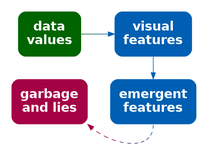
The Graphviz diagram Diagrams/data-vis-vis-lie.png in pmur002/hdvw, before a commit. Its source is kept beside it as Diagrams/data-vis-vis-lie.dot. Source of this version:
```dot
digraph {
  graph [ rankdir=LR; margin=.2; nodesep=.5 ];
  node [ fontsize=20; fontname="sans bold"; margin=.2 ];
  data [ label="data\nvalues"; shape=box; style="filled, rounded"; penwidth=0; fontcolor=white; fillcolor="#006400" ]
  lie [ label="garbage\nand lies"; shape=box; style="filled, rounded"; penwidth=0; fontcolor=white; fillcolor="#A40244" ]
  vis [ label="visual\nfeatures"; shape=box;
     style="filled, rounded"; penwidth=0; fontcolor=white; fillcolor="#005FB2" ]
  add [ label="emergent\nfeatures"; shape=box;
     style="filled, rounded"; penwidth=0; fontcolor=white; fillcolor="#005FB2" ]
  data -> vis [ color="#006400;0.1:#006314;0.1:#006328;0.1:#00623B;0.1:#00624F;0.1:#006163;0.1:#006177;0.1:#00608A;0.1:#00609E;0.1:#005FB2;0.1" ]
  vis -> add [ color="#005FB2" ]
  add:s -> lie:se [ style="dashed", color="#005FB2;0.1:#1255A6;0.1:#244A9A;0.1:#37408D;0.1:#493681;0.1:#5B2B75;0.1:#6D2169;0.1:#80175C;0.1:#920C50;0.1:#A40244;0.1" ]
{ rank=same; data, lie }
{ rank=same; vis, add }
}
```
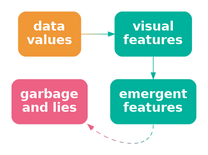
Above is the later version.

The edit, as a diff of the source:
```diff
@@ -1,15 +1,15 @@
 digraph {
   graph [ rankdir=LR; margin=.2; nodesep=.5 ];
   node [ fontsize=20; fontname="sans bold"; margin=.2 ];
-  data [ label="data\nvalues"; shape=box; style="filled, rounded"; penwidth=0; fontcolor=white; fillcolor="#006400" ]
-  lie [ label="garbage\nand lies"; shape=box; style="filled, rounded"; penwidth=0; fontcolor=white; fillcolor="#A40244" ]
+  data [ label="data\nvalues"; shape=box; style="filled, rounded"; penwidth=0; fontcolor=white; fillcolor="#F09736" ]
+  lie [ label="garbage\nand lies"; shape=box; style="filled, rounded"; penwidth=0; fontcolor=white; fillcolor="#EC6184" ]
   vis [ label="visual\nfeatures"; shape=box;
-     style="filled, rounded"; penwidth=0; fontcolor=white; fillcolor="#005FB2" ]
+     style="filled, rounded"; penwidth=0; fontcolor=white; fillcolor="#00B19B" ]
   add [ label="emergent\nfeatures"; shape=box;
-     style="filled, rounded"; penwidth=0; fontcolor=white; fillcolor="#005FB2" ]
-  data -> vis [ color="#006400;0.1:#006314;0.1:#006328;0.1:#00623B;0.1:#00624F;0.1:#006163;0.1:#006177;0.1:#00608A;0.1:#00609E;0.1:#005FB2;0.1" ]
-  vis -> add [ color="#005FB2" ]
-  add:s -> lie:se [ style="dashed", color="#005FB2;0.1:#1255A6;0.1:#244A9A;0.1:#37408D;0.1:#493681;0.1:#5B2B75;0.1:#6D2169;0.1:#80175C;0.1:#920C50;0.1:#A40244;0.1" ]
+     style="filled, rounded"; penwidth=0; fontcolor=white; fillcolor="#00B19B" ]
+  data -> vis [ color="#F09736;0.1:#D59A41;0.1:#BB9D4C;0.1:#A0A058;0.1:#85A363;0.1:#6BA56E;0.1:#50A879;0.1:#35AB85;0.1:#1BAE90;0.1:#00B19B;0.1" ]
+  vis -> add [ color="#00B19B" ]
+  add:s -> lie:se [ style="dashed", color="#00B19B;0.1:#1AA898;0.1:#349F96;0.1:#4F9693;0.1:#698D91;0.1:#83858E;0.1:#9D7C8C;0.1:#B87389;0.1:#D26A87;0.1:#EC6184;0.1" ]
 { rank=same; data, lie }
 { rank=same; vis, add }
 }
```
